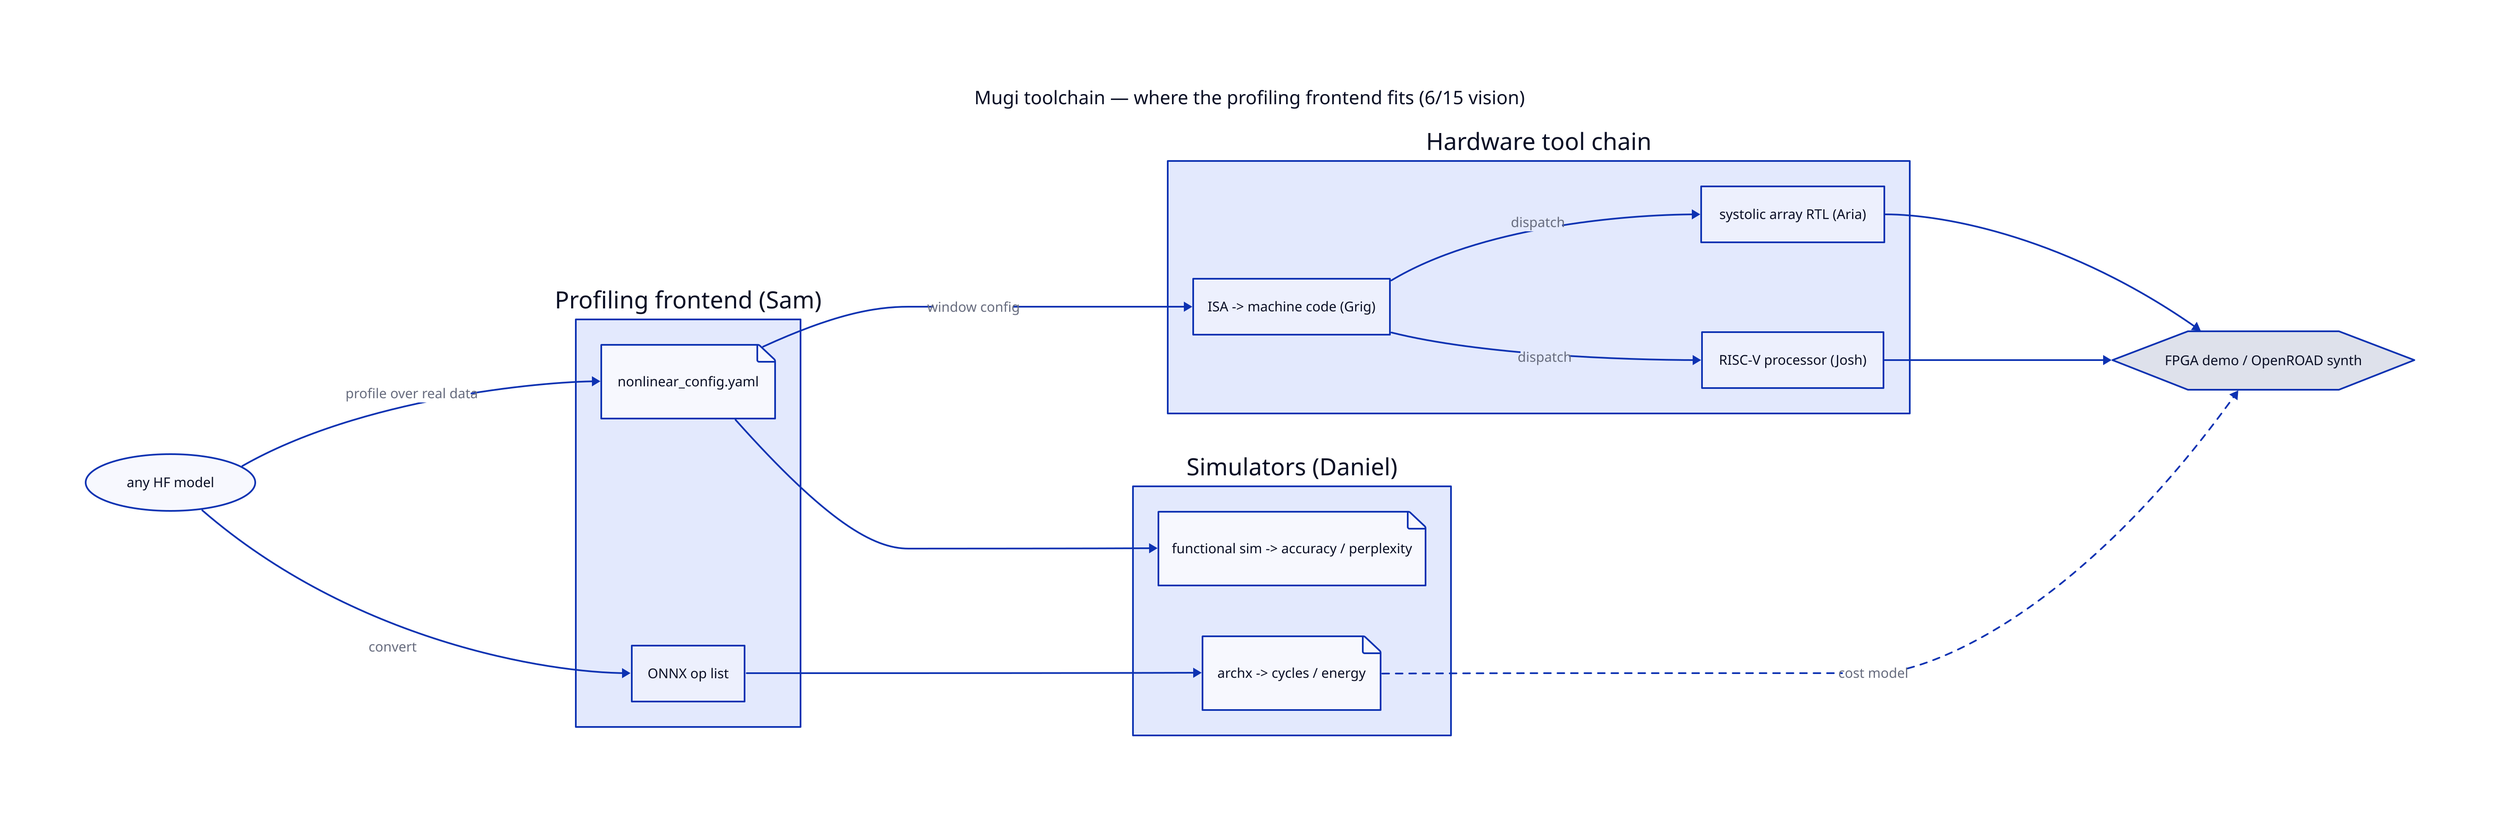
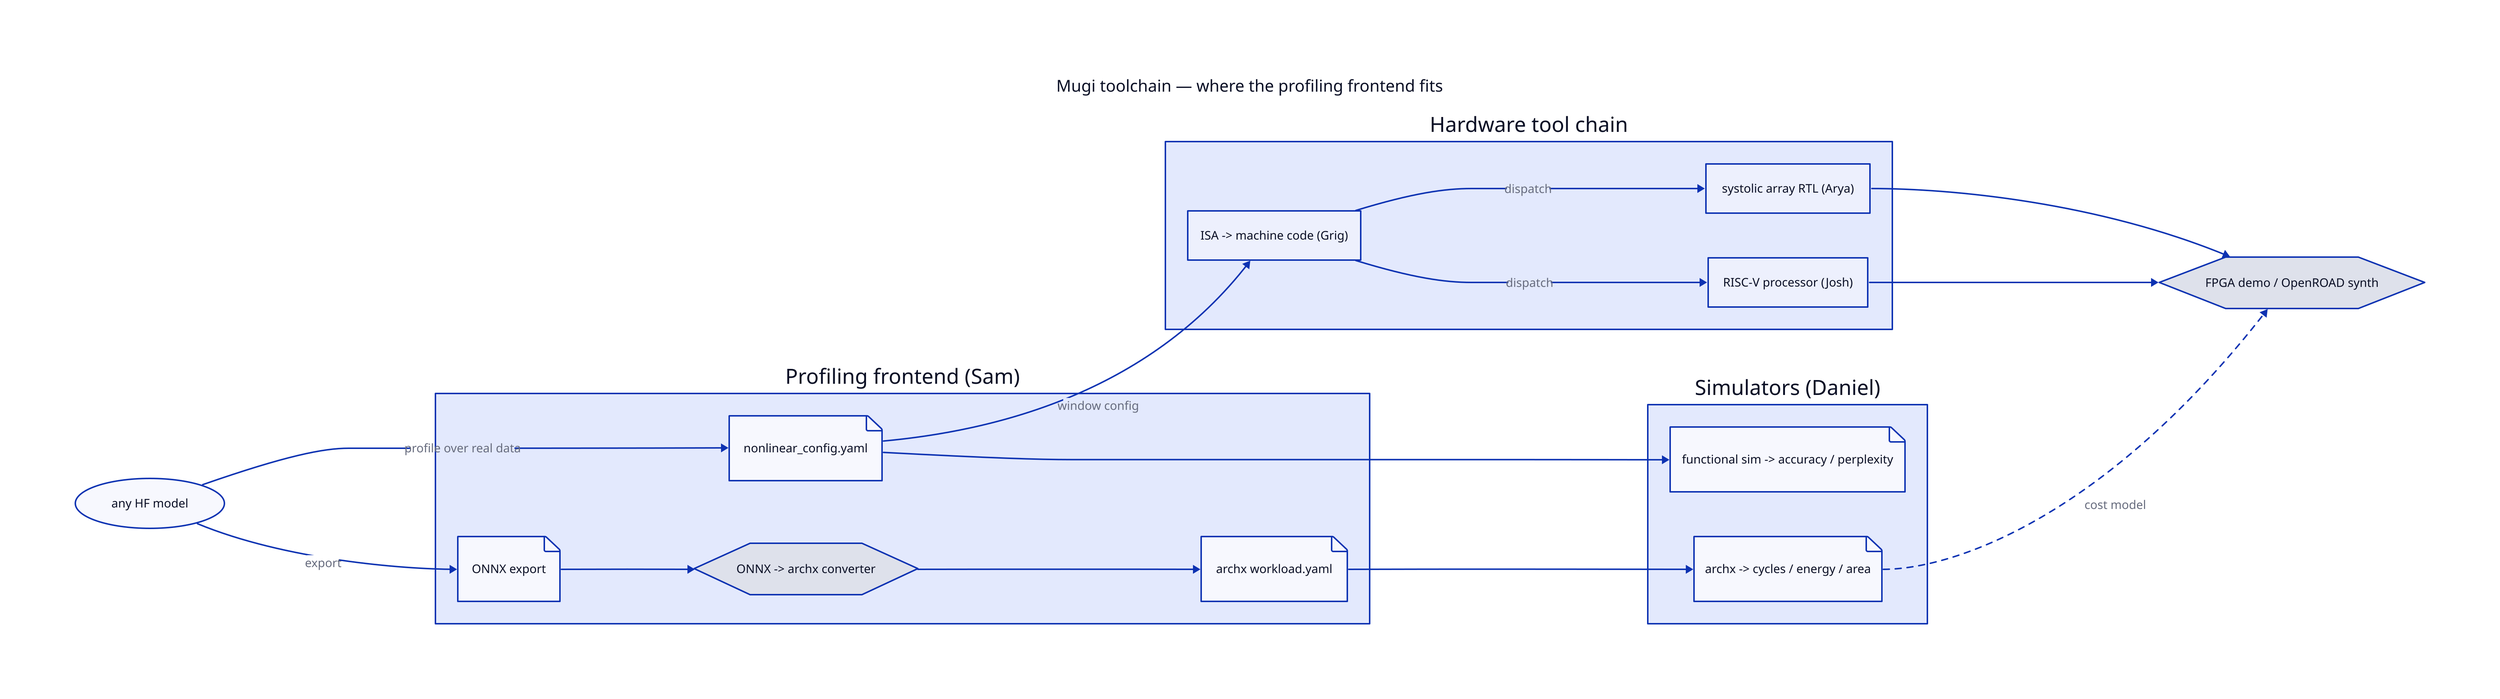
direction: right

- title: Mugi toolchain — where the profiling frontend fits (6/15 vision) {
+ title: Mugi toolchain — where the profiling frontend fits {
  near: top-center
  shape: text
  style: { font-size: 22; bold: true }
}

model: "any HF model" { shape: oval }

frontend: "Profiling frontend  (Sam)" {
-   onnx: "ONNX op list"
+   onnx: "ONNX export" { shape: page }
+   converter: "ONNX -> archx converter" { shape: hexagon }
+   workload: "archx workload.yaml" { shape: page }
  config: "nonlinear_config.yaml" { shape: page }
+ 
+   onnx -> converter
+   converter -> workload
}

sims: "Simulators  (Daniel)" {
  func: "functional sim -> accuracy / perplexity" { shape: page }
-   archx: "archx -> cycles / energy" { shape: page }
+   archx: "archx -> cycles / energy / area" { shape: page }
}

backend: "Hardware tool chain" {
  isa: "ISA -> machine code  (Grig)"
-   array: "systolic array RTL  (Aria)"
+   array: "systolic array RTL  (Arya)"
  proc: "RISC-V processor  (Josh)"
  isa -> array: dispatch
  isa -> proc: dispatch
}

fpga: "FPGA demo / OpenROAD synth" { shape: hexagon }

- model -> frontend.onnx: convert
+ model -> frontend.onnx: export
model -> frontend.config: profile over real data
- frontend.onnx -> sims.archx
+ frontend.workload -> sims.archx
frontend.config -> sims.func
frontend.config -> backend.isa: window config
backend.array -> fpga
backend.proc -> fpga
sims.archx -> fpga: cost model { style.stroke-dash: 4 }
